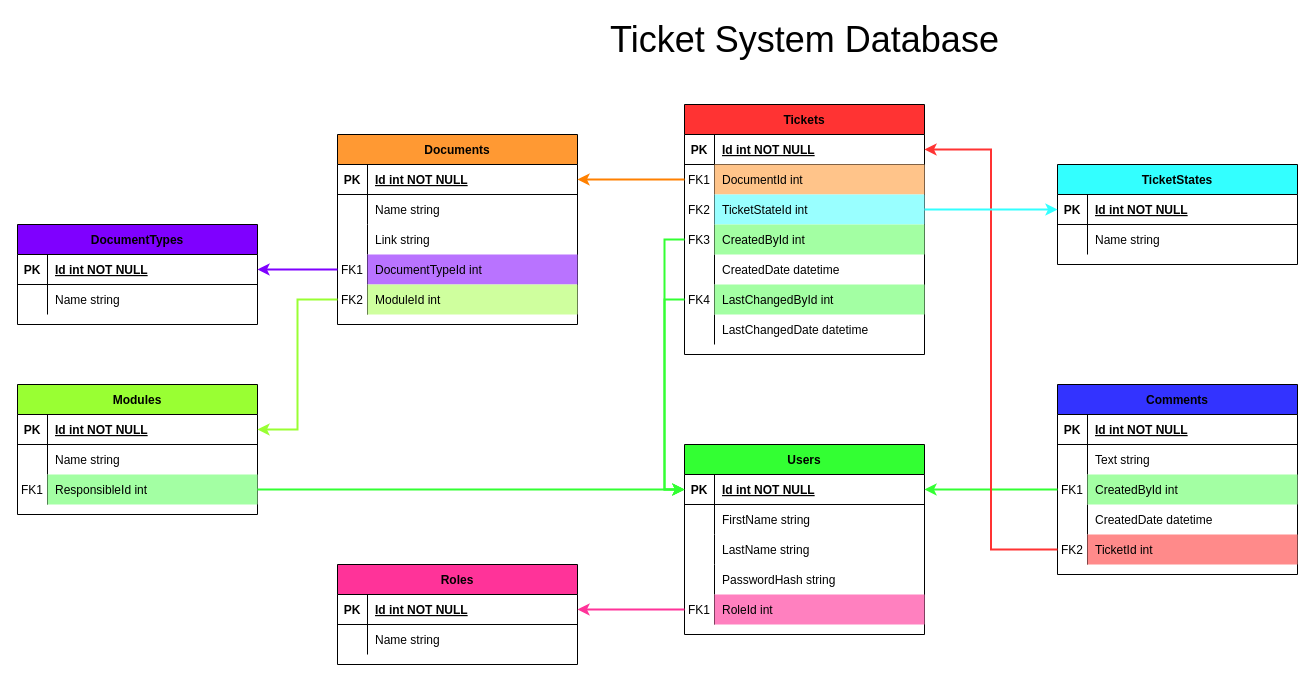
Earlier version of the draw.io diagram Models/Schema/TicketSystemDb.drawio (Black-Seraphim/ticketsystem_backend). Source tidied: cells renumbered, new cells numbered last; positions are measured from the earlier drawing's top-left corner, leaving out a move shared by most shapes. Both pictures are drawn from the tidied source at 100%, with x=0, y=0 at pixel (17, 24).
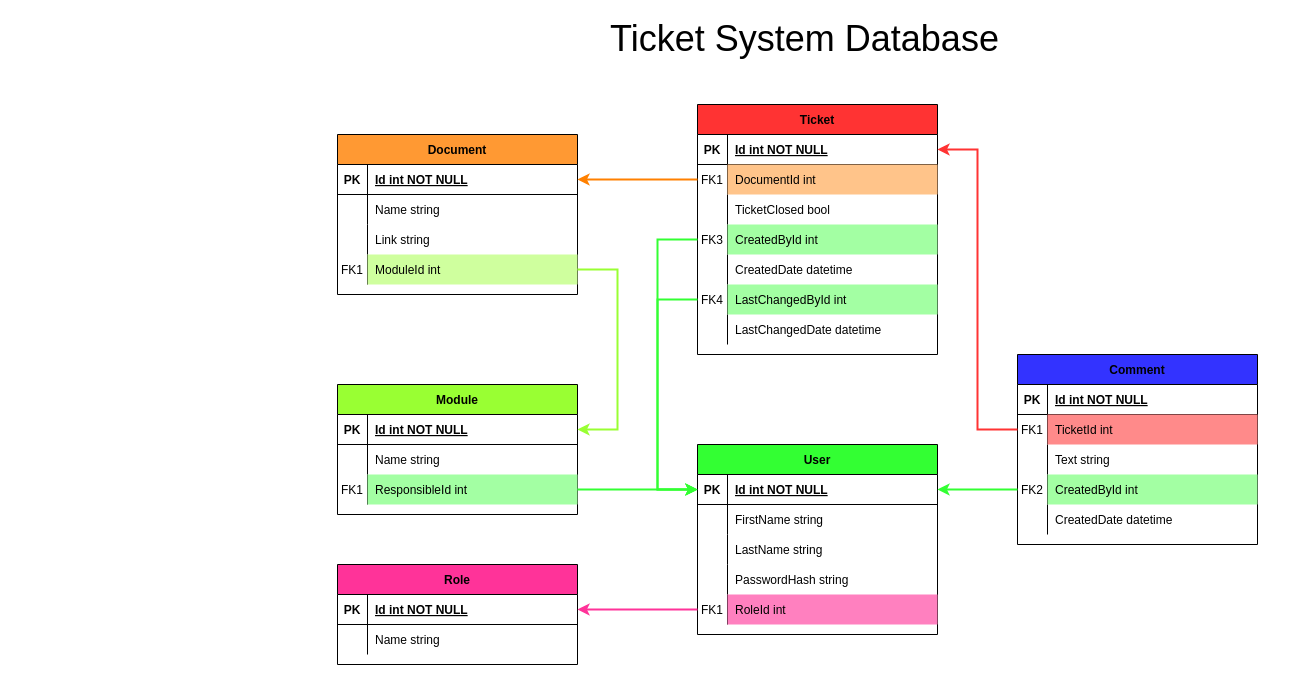
The same diagram, later.

The change refers to these unchanged cells:
```xml
<mxCell id="3" style="shape=partialRectangle;fillColor=none;points=[[0,0.5],[1,0.5]];portConstraint=eastwest;top=0;left=0;right=0;bottom=1;" parent="2" vertex="1">
  <mxGeometry y="30" width="240" height="30" as="geometry" />
</mxCell>
<mxCell id="9" style="shape=partialRectangle;fillColor=none;points=[[0,0.5],[1,0.5]];portConstraint=eastwest;top=0;left=0;right=0;bottom=0;" parent="2" vertex="1">
  <mxGeometry y="90" width="240" height="30" as="geometry" />
</mxCell>
<mxCell id="12" style="shape=partialRectangle;fillColor=none;points=[[0,0.5],[1,0.5]];portConstraint=eastwest;top=0;left=0;right=0;bottom=0;" parent="2" vertex="1">
  <mxGeometry y="120" width="240" height="30" as="geometry" />
</mxCell>
<mxCell id="18" style="shape=partialRectangle;fillColor=none;points=[[0,0.5],[1,0.5]];portConstraint=eastwest;top=0;left=0;right=0;bottom=0;" parent="2" vertex="1">
  <mxGeometry y="180" width="240" height="30" as="geometry" />
</mxCell>
<mxCell id="32" style="shape=partialRectangle;fillColor=none;points=[[0,0.5],[1,0.5]];portConstraint=eastwest;top=0;left=0;right=0;bottom=1;" parent="31" vertex="1">
  <mxGeometry y="30" width="240" height="30" as="geometry" />
</mxCell>
<mxCell id="56" style="shape=partialRectangle;fillColor=none;points=[[0,0.5],[1,0.5]];portConstraint=eastwest;top=0;left=0;right=0;bottom=1;" parent="55" vertex="1">
  <mxGeometry y="30" width="240" height="30" as="geometry" />
</mxCell>
<mxCell id="75" style="shape=partialRectangle;fillColor=none;points=[[0,0.5],[1,0.5]];portConstraint=eastwest;top=0;left=0;right=0;bottom=0;" parent="71" vertex="1">
  <mxGeometry y="60" width="240" height="30" as="geometry" />
</mxCell>
```

What changed in the source:
```diff
@@
-    <mxCell id="2" value="Tickets" style="shape=table;startSize=30;childLayout=tableLayout;rowLines=0;fontStyle=1;align=center;fillColor=#FF3333;" parent="1" vertex="1">
-      <mxGeometry x="667" y="80" width="240" height="250" as="geometry" />
+    <mxCell id="2" value="Ticket" style="shape=table;startSize=30;childLayout=tableLayout;rowLines=0;fontStyle=1;align=center;fillColor=#FF3333;" parent="1" vertex="1">
+      <mxGeometry x="680" y="80" width="240" height="250" as="geometry" />
     </mxCell>
@@
-    <mxCell id="10" value="FK2" style="shape=partialRectangle;overflow=hidden;fillColor=none;top=0;left=0;bottom=0;right=0;" parent="9" vertex="1">
+    <mxCell id="10" style="shape=partialRectangle;overflow=hidden;fillColor=none;top=0;left=0;bottom=0;right=0;" parent="9" vertex="1">
       <mxGeometry width="30" height="30" as="geometry" />
     </mxCell>
-    <mxCell id="11" value="TicketStateId int" style="shape=partialRectangle;overflow=hidden;top=0;left=0;bottom=0;right=0;align=left;spacingLeft=6;fillColor=#99FFFF;" parent="9" vertex="1">
+    <mxCell id="11" value="TicketClosed bool" style="shape=partialRectangle;overflow=hidden;top=0;left=0;bottom=0;right=0;align=left;spacingLeft=6;fillColor=none;" parent="9" vertex="1">
       <mxGeometry x="30" width="210" height="30" as="geometry" />
     </mxCell>
@@
-    <mxCell id="24" value="DocumentTypes" style="shape=table;startSize=30;childLayout=tableLayout;rowLines=0;fontStyle=1;align=center;fillColor=#7F00FF;" parent="1" vertex="1">
-      <mxGeometry y="200" width="240" height="100" as="geometry" />
-    </mxCell>
-    <mxCell id="25" style="shape=partialRectangle;fillColor=none;points=[[0,0.5],[1,0.5]];portConstraint=eastwest;top=0;left=0;right=0;bottom=1;" parent="24" vertex="1">
-      <mxGeometry y="30" width="240" height="30" as="geometry" />
-    </mxCell>
-    <mxCell id="26" value="PK" style="shape=partialRectangle;overflow=hidden;fillColor=none;top=0;left=0;bottom=0;right=0;fontStyle=1;" parent="25" vertex="1">
-      <mxGeometry width="30" height="30" as="geometry" />
-    </mxCell>
-    <mxCell id="27" value="Id int NOT NULL " style="shape=partialRectangle;overflow=hidden;fillColor=none;top=0;left=0;bottom=0;right=0;align=left;spacingLeft=6;fontStyle=5;" parent="25" vertex="1">
-      <mxGeometry x="30" width="210" height="30" as="geometry" />
-    </mxCell>
-    <mxCell id="28" style="shape=partialRectangle;fillColor=none;top=0;left=0;right=0;bottom=0;" parent="24" vertex="1">
-      <mxGeometry y="60" width="240" height="30" as="geometry" />
-    </mxCell>
-    <mxCell id="29" style="shape=partialRectangle;overflow=hidden;fillColor=none;top=0;left=0;bottom=0;right=0;" parent="28" vertex="1">
-      <mxGeometry width="30" height="30" as="geometry" />
-    </mxCell>
-    <mxCell id="30" value="Name string" style="shape=partialRectangle;overflow=hidden;fillColor=none;top=0;left=0;bottom=0;right=0;align=left;spacingLeft=6;" parent="28" vertex="1">
-      <mxGeometry x="30" width="210" height="30" as="geometry" />
-    </mxCell>
-    <mxCell id="31" value="Modules" style="shape=table;startSize=30;childLayout=tableLayout;rowLines=0;fontStyle=1;align=center;fillColor=#99FF33;" parent="1" vertex="1">
-      <mxGeometry y="360" width="240" height="130" as="geometry" />
+    <mxCell id="31" value="Module" style="shape=table;startSize=30;childLayout=tableLayout;rowLines=0;fontStyle=1;align=center;fillColor=#99FF33;" parent="1" vertex="1">
+      <mxGeometry x="320" y="360" width="240" height="130" as="geometry" />
     </mxCell>
@@
-    <mxCell id="41" value="TicketStates" style="shape=table;startSize=30;childLayout=tableLayout;rowLines=0;fontStyle=1;align=center;fillColor=#33FFFF;" parent="1" vertex="1">
-      <mxGeometry x="1040" y="140" width="240" height="100" as="geometry" />
-    </mxCell>
-    <mxCell id="42" style="shape=partialRectangle;fillColor=none;points=[[0,0.5],[1,0.5]];portConstraint=eastwest;top=0;left=0;right=0;bottom=1;" parent="41" vertex="1">
-      <mxGeometry y="30" width="240" height="30" as="geometry" />
-    </mxCell>
-    <mxCell id="43" value="PK" style="shape=partialRectangle;overflow=hidden;fillColor=none;top=0;left=0;bottom=0;right=0;fontStyle=1;" parent="42" vertex="1">
-      <mxGeometry width="30" height="30" as="geometry" />
-    </mxCell>
-    <mxCell id="44" value="Id int NOT NULL " style="shape=partialRectangle;overflow=hidden;fillColor=none;top=0;left=0;bottom=0;right=0;align=left;spacingLeft=6;fontStyle=5;" parent="42" vertex="1">
-      <mxGeometry x="30" width="210" height="30" as="geometry" />
-    </mxCell>
-    <mxCell id="45" style="shape=partialRectangle;fillColor=none;top=0;left=0;right=0;bottom=0;" parent="41" vertex="1">
-      <mxGeometry y="60" width="240" height="30" as="geometry" />
-    </mxCell>
-    <mxCell id="46" style="shape=partialRectangle;overflow=hidden;fillColor=none;top=0;left=0;bottom=0;right=0;" parent="45" vertex="1">
-      <mxGeometry width="30" height="30" as="geometry" />
-    </mxCell>
-    <mxCell id="47" value="Name string" style="shape=partialRectangle;overflow=hidden;fillColor=none;top=0;left=0;bottom=0;right=0;align=left;spacingLeft=6;" parent="45" vertex="1">
-      <mxGeometry x="30" width="210" height="30" as="geometry" />
-    </mxCell>
-    <mxCell id="48" value="Roles" style="shape=table;startSize=30;childLayout=tableLayout;rowLines=0;fontStyle=1;align=center;fillColor=#FF3399;" parent="1" vertex="1">
+    <mxCell id="48" value="Role" style="shape=table;startSize=30;childLayout=tableLayout;rowLines=0;fontStyle=1;align=center;fillColor=#FF3399;" parent="1" vertex="1">
       <mxGeometry x="320" y="540" width="240" height="100" as="geometry" />
     </mxCell>
@@
-    <mxCell id="55" value="Users" style="shape=table;startSize=30;childLayout=tableLayout;rowLines=0;fontStyle=1;align=center;fillColor=#33FF33;" parent="1" vertex="1">
-      <mxGeometry x="667" y="420" width="240" height="190" as="geometry" />
+    <mxCell id="55" value="User" style="shape=table;startSize=30;childLayout=tableLayout;rowLines=0;fontStyle=1;align=center;fillColor=#33FF33;" parent="1" vertex="1">
+      <mxGeometry x="680" y="420" width="240" height="190" as="geometry" />
     </mxCell>
@@
-    <mxCell id="71" value="Comments" style="shape=table;startSize=30;childLayout=tableLayout;rowLines=0;fontStyle=1;align=center;fillColor=#3333FF;" parent="1" vertex="1">
-      <mxGeometry x="1040" y="360" width="240" height="190" as="geometry" />
+    <mxCell id="71" value="Comment" style="shape=table;startSize=30;childLayout=tableLayout;rowLines=0;fontStyle=1;align=center;fillColor=#3333FF;" parent="1" vertex="1">
+      <mxGeometry x="1000" y="330" width="240" height="190" as="geometry" />
     </mxCell>
@@
-    <mxCell id="76" style="shape=partialRectangle;overflow=hidden;fillColor=none;top=0;left=0;bottom=0;right=0;" parent="75" vertex="1">
+    <mxCell id="76" value="FK1" style="shape=partialRectangle;overflow=hidden;fillColor=none;top=0;left=0;bottom=0;right=0;" parent="75" vertex="1">
       <mxGeometry width="30" height="30" as="geometry" />
     </mxCell>
-    <mxCell id="77" value="Text string" style="shape=partialRectangle;overflow=hidden;fillColor=none;top=0;left=0;bottom=0;right=0;align=left;spacingLeft=6;" parent="75" vertex="1">
+    <mxCell id="77" value="TicketId int" style="shape=partialRectangle;overflow=hidden;top=0;left=0;bottom=0;right=0;align=left;spacingLeft=6;fillColor=#FF8A8A;" parent="75" vertex="1">
       <mxGeometry x="30" width="210" height="30" as="geometry" />
     </mxCell>
+    <mxCell id="114" style="shape=partialRectangle;fillColor=none;top=0;left=0;right=0;bottom=0;" parent="71" vertex="1">
+      <mxGeometry y="90" width="240" height="30" as="geometry" />
+    </mxCell>
+    <mxCell id="115" style="shape=partialRectangle;overflow=hidden;fillColor=none;top=0;left=0;bottom=0;right=0;" parent="114" vertex="1">
+      <mxGeometry width="30" height="30" as="geometry" />
+    </mxCell>
+    <mxCell id="116" value="Text string" style="shape=partialRectangle;overflow=hidden;fillColor=none;top=0;left=0;bottom=0;right=0;align=left;spacingLeft=6;" parent="114" vertex="1">
+      <mxGeometry x="30" width="210" height="30" as="geometry" />
+    </mxCell>
     <mxCell id="78" style="shape=partialRectangle;fillColor=none;points=[[0,0.5],[1,0.5]];portConstraint=eastwest;top=0;left=0;right=0;bottom=0;" parent="71" vertex="1">
-      <mxGeometry y="90" width="240" height="30" as="geometry" />
+      <mxGeometry y="120" width="240" height="30" as="geometry" />
     </mxCell>
-    <mxCell id="79" value="FK1" style="shape=partialRectangle;overflow=hidden;fillColor=none;top=0;left=0;bottom=0;right=0;" parent="78" vertex="1">
+    <mxCell id="79" value="FK2" style="shape=partialRectangle;overflow=hidden;fillColor=none;top=0;left=0;bottom=0;right=0;" parent="78" vertex="1">
       <mxGeometry width="30" height="30" as="geometry" />
     </mxCell>
@@
     <mxCell id="81" style="shape=partialRectangle;fillColor=none;top=0;left=0;right=0;bottom=0;" parent="71" vertex="1">
-      <mxGeometry y="120" width="240" height="30" as="geometry" />
+      <mxGeometry y="150" width="240" height="30" as="geometry" />
     </mxCell>
@@
-    <mxCell id="84" style="shape=partialRectangle;fillColor=none;points=[[0,0.5],[1,0.5]];portConstraint=eastwest;top=0;left=0;right=0;bottom=0;" parent="71" vertex="1">
-      <mxGeometry y="150" width="240" height="30" as="geometry" />
-    </mxCell>
-    <mxCell id="85" value="FK2" style="shape=partialRectangle;overflow=hidden;fillColor=none;top=0;left=0;bottom=0;right=0;" parent="84" vertex="1">
-      <mxGeometry width="30" height="30" as="geometry" />
-    </mxCell>
-    <mxCell id="86" value="TicketId int" style="shape=partialRectangle;overflow=hidden;top=0;left=0;bottom=0;right=0;align=left;spacingLeft=6;fillColor=#FF8A8A;" parent="84" vertex="1">
-      <mxGeometry x="30" width="210" height="30" as="geometry" />
-    </mxCell>
-    <mxCell id="87" value="Documents" style="shape=table;startSize=30;childLayout=tableLayout;rowLines=0;fontStyle=1;align=center;fillColor=#FF9933;" parent="1" vertex="1">
-      <mxGeometry x="320" y="110" width="240" height="190" as="geometry" />
+    <mxCell id="87" value="Document" style="shape=table;startSize=30;childLayout=tableLayout;rowLines=0;fontStyle=1;align=center;fillColor=#FF9933;" parent="1" vertex="1">
+      <mxGeometry x="320" y="110" width="240" height="160" as="geometry" />
     </mxCell>
@@
-    <mxCell id="97" style="shape=partialRectangle;fillColor=none;points=[[0,0.5],[1,0.5]];portConstraint=eastwest;top=0;left=0;right=0;bottom=0;" parent="87" vertex="1">
-      <mxGeometry y="120" width="240" height="30" as="geometry" />
-    </mxCell>
-    <mxCell id="98" value="FK1" style="shape=partialRectangle;overflow=hidden;fillColor=none;top=0;left=0;bottom=0;right=0;" parent="97" vertex="1">
-      <mxGeometry width="30" height="30" as="geometry" />
-    </mxCell>
-    <mxCell id="99" value="DocumentTypeId int" style="shape=partialRectangle;overflow=hidden;top=0;left=0;bottom=0;right=0;align=left;spacingLeft=6;fillColor=#B973FF;" parent="97" vertex="1">
-      <mxGeometry x="30" width="210" height="30" as="geometry" />
-    </mxCell>
     <mxCell id="100" style="shape=partialRectangle;fillColor=none;points=[[0,0.5],[1,0.5]];portConstraint=eastwest;top=0;left=0;right=0;bottom=0;" parent="87" vertex="1">
-      <mxGeometry y="150" width="240" height="30" as="geometry" />
+      <mxGeometry y="120" width="240" height="30" as="geometry" />
     </mxCell>
-    <mxCell id="101" value="FK2" style="shape=partialRectangle;overflow=hidden;fillColor=none;top=0;left=0;bottom=0;right=0;" parent="100" vertex="1">
+    <mxCell id="101" value="FK1" style="shape=partialRectangle;overflow=hidden;fillColor=none;top=0;left=0;bottom=0;right=0;" parent="100" vertex="1">
       <mxGeometry width="30" height="30" as="geometry" />
     </mxCell>
@@
-    <mxCell id="104" style="edgeStyle=orthogonalEdgeStyle;rounded=0;jettySize=auto;html=1;exitX=0;exitY=0.5;exitDx=0;exitDy=0;entryX=1;entryY=0.5;entryDx=0;entryDy=0;strokeColor=#7F00FF;strokeWidth=2;" parent="1" edge="1" source="97" target="25">
-      <mxGeometry relative="1" as="geometry" />
-    </mxCell>
     <mxCell id="105" value="&lt;font style=&quot;font-size: 36px&quot;&gt;Ticket System Database&lt;/font&gt;" style="text;html=1;align=center;verticalAlign=middle;" parent="1" vertex="1">
-      <mxGeometry x="587" width="400" height="30" as="geometry" />
+      <mxGeometry x="587" y="-1" width="400" height="30" as="geometry" />
     </mxCell>
@@
-    <mxCell id="107" style="edgeStyle=orthogonalEdgeStyle;rounded=0;jettySize=auto;html=1;exitX=0;exitY=0.5;exitDx=0;exitDy=0;entryX=1;entryY=0.5;entryDx=0;entryDy=0;strokeWidth=2;strokeColor=#99FF33;" parent="1" edge="1" source="100" target="32">
-      <mxGeometry relative="1" as="geometry" />
+    <mxCell id="107" style="edgeStyle=orthogonalEdgeStyle;rounded=0;jettySize=auto;html=1;strokeWidth=2;strokeColor=#99FF33;entryX=1;entryY=0.5;entryDx=0;entryDy=0;exitX=1;exitY=0.5;exitDx=0;exitDy=0;" parent="1" edge="1" source="100" target="32">
+      <mxGeometry relative="1" as="geometry">
+        <Array as="points">
+          <mxPoint x="600" y="245" />
+          <mxPoint x="600" y="405" />
+        </Array>
+      </mxGeometry>
     </mxCell>
@@
     <mxCell id="109" style="edgeStyle=orthogonalEdgeStyle;rounded=0;jettySize=auto;html=1;exitX=0;exitY=0.5;exitDx=0;exitDy=0;entryX=0;entryY=0.5;entryDx=0;entryDy=0;strokeColor=#33FF33;strokeWidth=2;" parent="1" edge="1" source="18" target="56">
-      <mxGeometry relative="1" as="geometry" />
+      <mxGeometry relative="1" as="geometry">
+        <Array as="points">
+          <mxPoint x="640" y="275" />
+          <mxPoint x="640" y="465" />
+        </Array>
+      </mxGeometry>
     </mxCell>
     <mxCell id="110" style="edgeStyle=orthogonalEdgeStyle;rounded=0;jettySize=auto;html=1;exitX=0;exitY=0.5;exitDx=0;exitDy=0;strokeColor=#33FF33;strokeWidth=2;entryX=0;entryY=0.5;entryDx=0;entryDy=0;" parent="1" edge="1" source="12" target="56">
-      <mxGeometry relative="1" as="geometry" />
+      <mxGeometry relative="1" as="geometry">
+        <Array as="points">
+          <mxPoint x="640" y="215" />
+          <mxPoint x="640" y="465" />
+        </Array>
+      </mxGeometry>
     </mxCell>
     <mxCell id="111" style="edgeStyle=orthogonalEdgeStyle;rounded=0;jettySize=auto;html=1;exitX=0;exitY=0.5;exitDx=0;exitDy=0;entryX=1;entryY=0.5;entryDx=0;entryDy=0;strokeColor=#33FF33;strokeWidth=2;" parent="1" edge="1" source="78" target="56">
-      <mxGeometry relative="1" as="geometry" />
+      <mxGeometry relative="1" as="geometry">
+        <Array as="points">
+          <mxPoint x="1000" y="465" />
+          <mxPoint x="1000" y="465" />
+        </Array>
+      </mxGeometry>
     </mxCell>
-    <mxCell id="112" style="edgeStyle=orthogonalEdgeStyle;rounded=0;jettySize=auto;html=1;exitX=0;exitY=0.5;exitDx=0;exitDy=0;entryX=1;entryY=0.5;entryDx=0;entryDy=0;strokeWidth=2;strokeColor=#FF3333;" parent="1" edge="1" source="84" target="3">
-      <mxGeometry relative="1" as="geometry" />
+    <mxCell id="112" style="edgeStyle=orthogonalEdgeStyle;rounded=0;jettySize=auto;html=1;entryX=1;entryY=0.5;entryDx=0;entryDy=0;strokeWidth=2;strokeColor=#FF3333;exitX=0;exitY=0.5;exitDx=0;exitDy=0;" parent="1" edge="1" source="75" target="3">
+      <mxGeometry relative="1" as="geometry">
+        <Array as="points">
+          <mxPoint x="960" y="405" />
+          <mxPoint x="960" y="125" />
+        </Array>
+      </mxGeometry>
     </mxCell>
-    <mxCell id="113" style="edgeStyle=orthogonalEdgeStyle;rounded=0;jettySize=auto;html=1;exitX=1;exitY=0.5;exitDx=0;exitDy=0;entryX=0;entryY=0.5;entryDx=0;entryDy=0;strokeWidth=2;strokeColor=#33FFFF;" parent="1" edge="1" source="9" target="42">
-      <mxGeometry relative="1" as="geometry" />
-    </mxCell>
```
